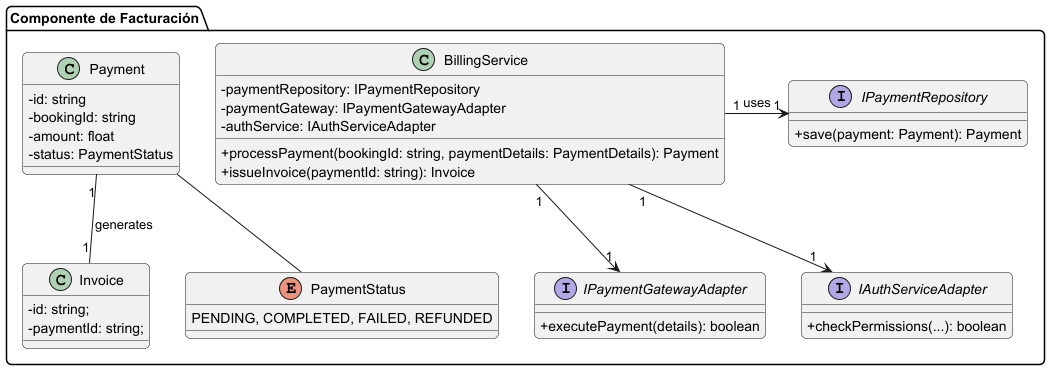
Before: assets/Chapter-04/BillingComponentClassDiagram.png, a diagram exported from PlantUML (Edgerunners-Aplicaciones-Web/report).
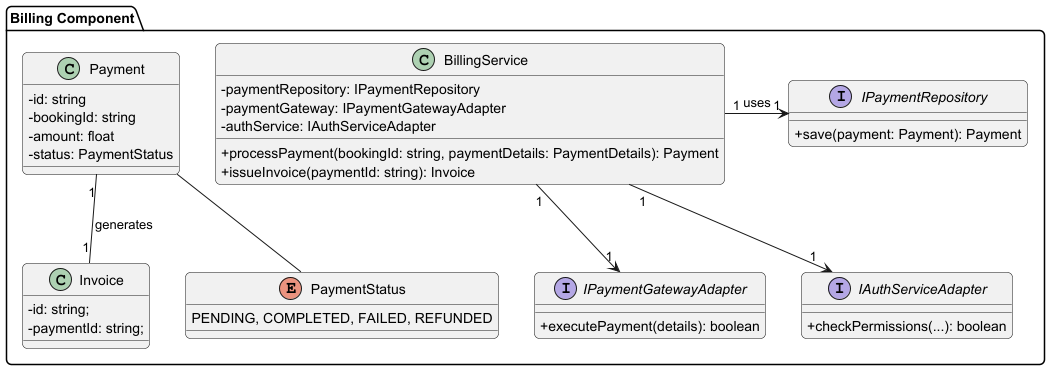
Above is the later version.

Commit message:
doc: Update Chapter 4 class diagrams and add IoT Gateway components diagram

The edit, as a diff of the source:
```diff
@@ -2,7 +2,7 @@
 skinparam classAttributeIconSize 0
 skinparam roundcorner 10
 
-package "Componente de Facturación" {
+package "Billing Component" {
 
     class BillingService {
         - paymentRepository: IPaymentRepository
```
